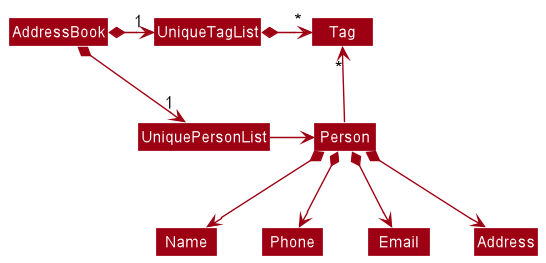
nus-cs2103-AY2223S1/tp keeps this PlantUML diagram as docs/images/BetterModelClassDiagram.png. Above is the earlier version.
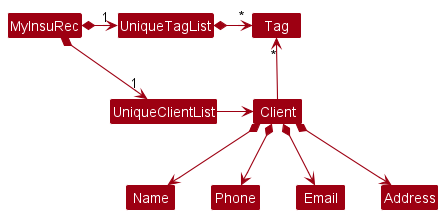
The same file after the commit.

Diff of the diagram source:
```diff
@@ -4,18 +4,18 @@
 skinparam arrowColor MODEL_COLOR
 skinparam classBackgroundColor MODEL_COLOR
 
-AddressBook *-right-> "1" UniquePersonList
-AddressBook *-right-> "1" UniqueTagList
-UniqueTagList -[hidden]down- UniquePersonList
-UniqueTagList -[hidden]down- UniquePersonList
+MyInsuRec *-right-> "1" UniqueClientList
+MyInsuRec *-right-> "1" UniqueTagList
+UniqueTagList -[hidden]down- UniqueClientList
+UniqueTagList -[hidden]down- UniqueClientList
 
 UniqueTagList *-right-> "*" Tag
-UniquePersonList -right-> Person
+UniqueClientList -right-> Client
 
-Person -up-> "*" Tag
+Client -up-> "*" Tag
 
-Person *--> Name
-Person *--> Phone
-Person *--> Email
-Person *--> Address
+Client *--> Name
+Client *--> Phone
+Client *--> Email
+Client *--> Address
 @enduml
```
